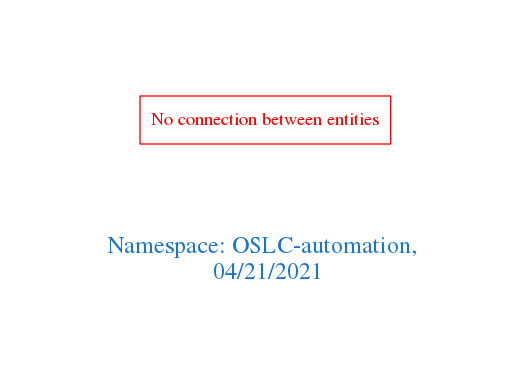
The Graphviz diagram downloads/OSLC-automation.png in arago/OGIT, before a commit. Its source is kept beside it as downloads/OSLC-automation.dot.
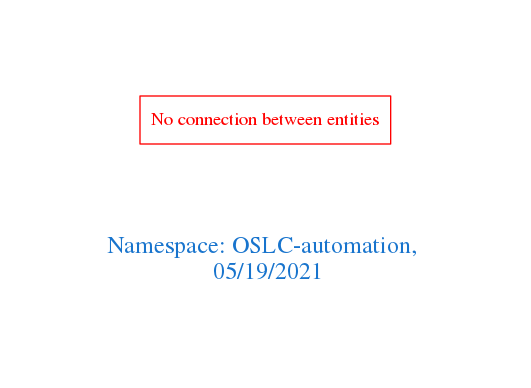
After the change.

Diff of the diagram source:
```diff
@@ -1,7 +1,7 @@
 digraph OGIT_ontology {
  graph [ rankdir= LR,pad=1
 fontsize = 18,
-fontcolor= dodgerblue3,label = "\n\n\nNamespace: OSLC-automation, \n 04/21/2021"];
+fontcolor= dodgerblue3,label = "\n\n\nNamespace: OSLC-automation, \n 05/19/2021"];
 node[shape=polygon];
 edge [  color="gray81"];
 
```
